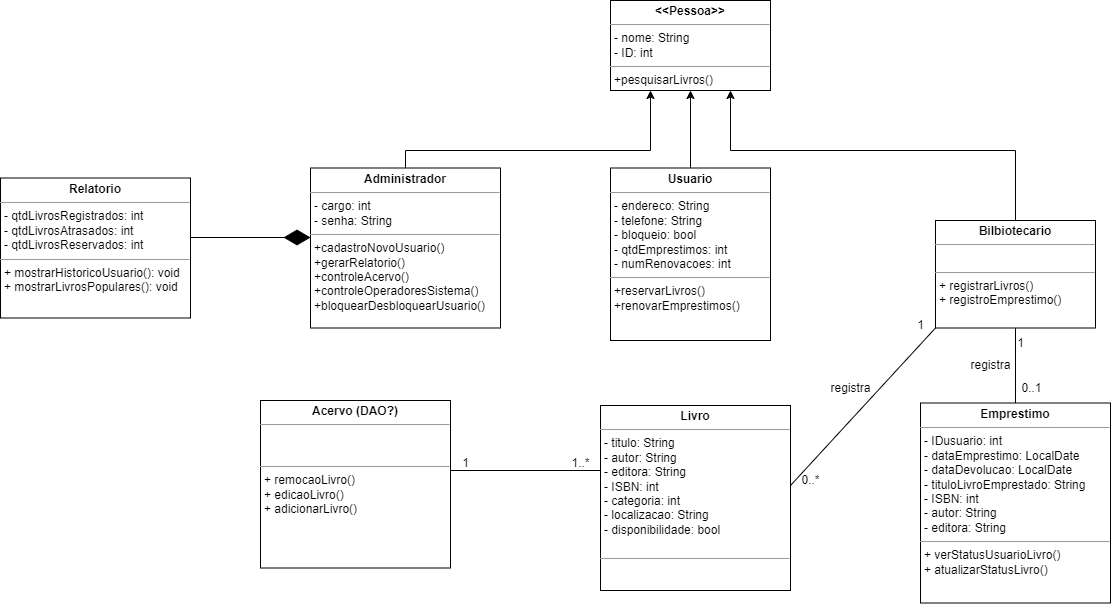
This is diagrama_de_classes.drawio.png from eugabrielbr/sistema-de-biblioteca, a draw.io export, as it was before one commit. Source tidied: cells renumbered, new cells last; positions are measured from the earlier drawing's top-left corner, leaving out a move shared by most shapes.
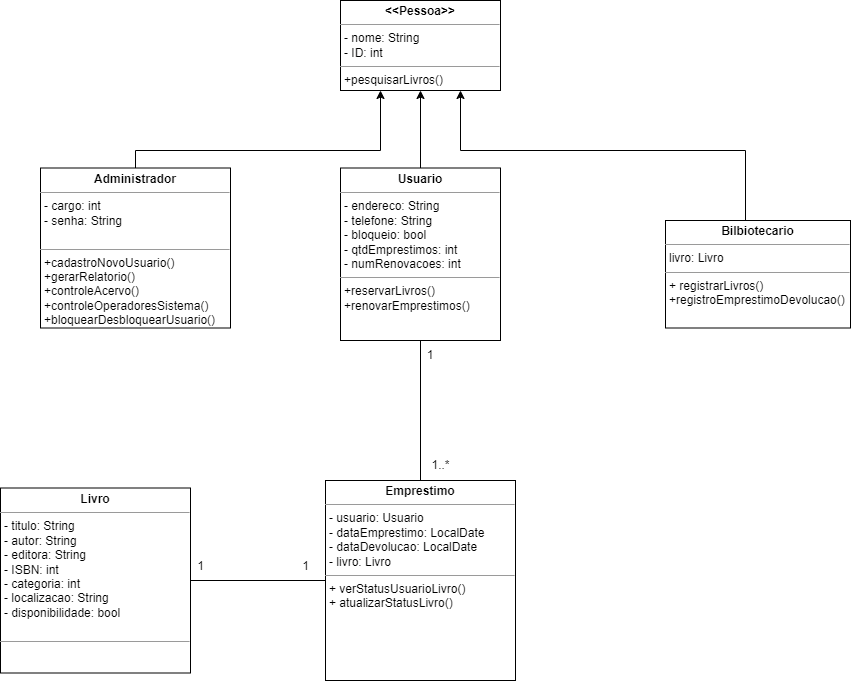
After the commit.

Commit message:
:books: Atualização do diagrama

Change to the diagram source:
```diff
@@ -10,8 +10,8 @@
         </Array>
       </mxGeometry>
     </mxCell>
-    <mxCell id="3" value="&lt;p style=&quot;margin:0px;margin-top:4px;text-align:center;&quot;&gt;&lt;b&gt;Bilbiotecario&lt;/b&gt;&lt;/p&gt;&lt;hr size=&quot;1&quot;&gt;&lt;p style=&quot;margin:0px;margin-left:4px;&quot;&gt;&lt;br&gt;&lt;/p&gt;&lt;hr size=&quot;1&quot;&gt;&lt;p style=&quot;margin:0px;margin-left:4px;&quot;&gt;+ registrarLivros()&amp;nbsp;&lt;/p&gt;&lt;p style=&quot;margin:0px;margin-left:4px;&quot;&gt;+ registroEmprestimo()&lt;/p&gt;&lt;p style=&quot;margin:0px;margin-left:4px;&quot;&gt;&lt;br&gt;&lt;/p&gt;&lt;p style=&quot;margin:0px;margin-left:4px;&quot;&gt;&lt;br&gt;&lt;/p&gt;" style="verticalAlign=top;align=left;overflow=fill;fontSize=12;fontFamily=Helvetica;html=1;whiteSpace=wrap;" parent="1" vertex="1">
-      <mxGeometry x="935" y="220" width="160" height="107.5" as="geometry" />
+    <mxCell id="3" value="&lt;p style=&quot;margin:0px;margin-top:4px;text-align:center;&quot;&gt;&lt;b&gt;Bilbiotecario&lt;/b&gt;&lt;/p&gt;&lt;hr size=&quot;1&quot;&gt;&lt;p style=&quot;margin:0px;margin-left:4px;&quot;&gt;livro: Livro&lt;/p&gt;&lt;hr size=&quot;1&quot;&gt;&lt;p style=&quot;margin:0px;margin-left:4px;&quot;&gt;+ registrarLivros()&amp;nbsp;&lt;/p&gt;&lt;p style=&quot;margin:0px;margin-left:4px;&quot;&gt;+registroEmprestimoDevolucao()&lt;/p&gt;&lt;p style=&quot;margin:0px;margin-left:4px;&quot;&gt;&lt;br&gt;&lt;/p&gt;&lt;p style=&quot;margin:0px;margin-left:4px;&quot;&gt;&lt;br&gt;&lt;/p&gt;" style="verticalAlign=top;align=left;overflow=fill;fontSize=12;fontFamily=Helvetica;html=1;whiteSpace=wrap;" parent="1" vertex="1">
+      <mxGeometry x="935" y="220" width="185" height="107.5" as="geometry" />
     </mxCell>
     <mxCell id="4" style="edgeStyle=orthogonalEdgeStyle;rounded=0;jettySize=auto;html=1;entryX=0.25;entryY=1;entryDx=0;entryDy=0;" parent="1" edge="1" source="5" target="14">
       <mxGeometry relative="1" as="geometry">
@@ -21,35 +21,12 @@
         </Array>
       </mxGeometry>
     </mxCell>
-    <mxCell id="5" value="&lt;p style=&quot;margin:0px;margin-top:4px;text-align:center;&quot;&gt;&lt;b&gt;Administrador&lt;/b&gt;&lt;/p&gt;&lt;hr size=&quot;1&quot;&gt;&lt;p style=&quot;margin:0px;margin-left:4px;&quot;&gt;- cargo: int&lt;/p&gt;&lt;p style=&quot;margin:0px;margin-left:4px;&quot;&gt;- senha: String&lt;/p&gt;&lt;hr size=&quot;1&quot;&gt;&lt;p style=&quot;margin:0px;margin-left:4px;&quot;&gt;+cadastroNovoUsuario()&lt;/p&gt;&lt;p style=&quot;margin:0px;margin-left:4px;&quot;&gt;+gerarRelatorio()&lt;/p&gt;&lt;p style=&quot;margin:0px;margin-left:4px;&quot;&gt;+controleAcervo()&lt;/p&gt;&lt;p style=&quot;margin:0px;margin-left:4px;&quot;&gt;+controleOperadoresSistema()&lt;/p&gt;&lt;p style=&quot;margin:0px;margin-left:4px;&quot;&gt;+bloquearDesbloquearUsuario()&lt;/p&gt;&lt;p style=&quot;margin:0px;margin-left:4px;&quot;&gt;&lt;br&gt;&lt;/p&gt;" style="verticalAlign=top;align=left;overflow=fill;fontSize=12;fontFamily=Helvetica;html=1;whiteSpace=wrap;" parent="1" vertex="1">
+    <mxCell id="5" value="&lt;p style=&quot;margin:0px;margin-top:4px;text-align:center;&quot;&gt;&lt;b&gt;Administrador&lt;/b&gt;&lt;/p&gt;&lt;hr size=&quot;1&quot;&gt;&lt;p style=&quot;margin:0px;margin-left:4px;&quot;&gt;- cargo: int&lt;/p&gt;&lt;p style=&quot;margin:0px;margin-left:4px;&quot;&gt;- senha: String&lt;/p&gt;&lt;p style=&quot;margin:0px;margin-left:4px;&quot;&gt;&lt;br&gt;&lt;/p&gt;&lt;hr size=&quot;1&quot;&gt;&lt;p style=&quot;margin:0px;margin-left:4px;&quot;&gt;+cadastroNovoUsuario()&lt;/p&gt;&lt;p style=&quot;margin:0px;margin-left:4px;&quot;&gt;+gerarRelatorio()&lt;/p&gt;&lt;p style=&quot;margin:0px;margin-left:4px;&quot;&gt;+controleAcervo()&lt;/p&gt;&lt;p style=&quot;margin:0px;margin-left:4px;&quot;&gt;+controleOperadoresSistema()&lt;/p&gt;&lt;p style=&quot;margin:0px;margin-left:4px;&quot;&gt;+bloquearDesbloquearUsuario()&lt;/p&gt;&lt;p style=&quot;margin:0px;margin-left:4px;&quot;&gt;&lt;br&gt;&lt;/p&gt;" style="verticalAlign=top;align=left;overflow=fill;fontSize=12;fontFamily=Helvetica;html=1;whiteSpace=wrap;" parent="1" vertex="1">
       <mxGeometry x="310" y="167.5" width="190" height="160" as="geometry" />
     </mxCell>
-    <mxCell id="6" value="&lt;p style=&quot;margin:0px;margin-top:4px;text-align:center;&quot;&gt;&lt;b&gt;Emprestimo&lt;/b&gt;&lt;/p&gt;&lt;hr size=&quot;1&quot;&gt;&lt;p style=&quot;margin:0px;margin-left:4px;&quot;&gt;&lt;span style=&quot;background-color: initial;&quot;&gt;- IDusuario: int&lt;/span&gt;&lt;br&gt;&lt;/p&gt;&lt;p style=&quot;margin:0px;margin-left:4px;&quot;&gt;- dataEmprestimo: LocalDate&lt;/p&gt;&lt;p style=&quot;margin:0px;margin-left:4px;&quot;&gt;- dataDevolucao: LocalDate&lt;/p&gt;&lt;p style=&quot;margin:0px;margin-left:4px;&quot;&gt;- tituloLivroEmprestado: String&lt;/p&gt;&lt;p style=&quot;margin:0px;margin-left:4px;&quot;&gt;- ISBN: int&lt;/p&gt;&lt;p style=&quot;margin:0px;margin-left:4px;&quot;&gt;- autor: String&lt;/p&gt;&lt;p style=&quot;margin:0px;margin-left:4px;&quot;&gt;- editora: String&lt;/p&gt;&lt;hr size=&quot;1&quot;&gt;&lt;p style=&quot;margin:0px;margin-left:4px;&quot;&gt;&lt;span style=&quot;background-color: initial;&quot;&gt;+ verStatusUsuarioLivro()&lt;/span&gt;&lt;/p&gt;&lt;p style=&quot;margin:0px;margin-left:4px;&quot;&gt;+ atualizarStatusLivro()&lt;/p&gt;&lt;p style=&quot;margin:0px;margin-left:4px;&quot;&gt;&lt;br&gt;&lt;/p&gt;" style="verticalAlign=top;align=left;overflow=fill;fontSize=12;fontFamily=Helvetica;html=1;whiteSpace=wrap;" parent="1" vertex="1">
-      <mxGeometry x="920" y="402.5" width="190" height="200" as="geometry" />
+    <mxCell id="6" value="&lt;p style=&quot;margin:0px;margin-top:4px;text-align:center;&quot;&gt;&lt;b&gt;Emprestimo&lt;/b&gt;&lt;/p&gt;&lt;hr size=&quot;1&quot;&gt;&lt;p style=&quot;margin:0px;margin-left:4px;&quot;&gt;&lt;span style=&quot;background-color: initial;&quot;&gt;- usuario: Usuario&lt;/span&gt;&lt;br&gt;&lt;/p&gt;&lt;p style=&quot;margin:0px;margin-left:4px;&quot;&gt;- dataEmprestimo: LocalDate&lt;/p&gt;&lt;p style=&quot;margin:0px;margin-left:4px;&quot;&gt;- dataDevolucao: LocalDate&lt;/p&gt;&lt;p style=&quot;margin:0px;margin-left:4px;&quot;&gt;- livro: Livro&lt;/p&gt;&lt;hr size=&quot;1&quot;&gt;&lt;p style=&quot;margin:0px;margin-left:4px;&quot;&gt;&lt;span style=&quot;background-color: initial;&quot;&gt;+ verStatusUsuarioLivro()&lt;/span&gt;&lt;/p&gt;&lt;p style=&quot;margin:0px;margin-left:4px;&quot;&gt;+ atualizarStatusLivro()&lt;/p&gt;&lt;p style=&quot;margin:0px;margin-left:4px;&quot;&gt;&lt;br&gt;&lt;/p&gt;" style="verticalAlign=top;align=left;overflow=fill;fontSize=12;fontFamily=Helvetica;html=1;whiteSpace=wrap;" parent="1" vertex="1">
+      <mxGeometry x="595" y="480" width="190" height="200" as="geometry" />
     </mxCell>
-    <mxCell id="7" value="&lt;p style=&quot;margin:0px;margin-top:4px;text-align:center;&quot;&gt;&lt;b&gt;Acervo (DAO?)&lt;/b&gt;&lt;/p&gt;&lt;hr size=&quot;1&quot;&gt;&lt;p style=&quot;margin:0px;margin-left:4px;&quot;&gt;&lt;br&gt;&lt;/p&gt;&lt;p style=&quot;margin:0px;margin-left:4px;&quot;&gt;&lt;br&gt;&lt;/p&gt;&lt;hr size=&quot;1&quot;&gt;&lt;p style=&quot;margin:0px;margin-left:4px;&quot;&gt;&lt;span style=&quot;background-color: initial;&quot;&gt;+ remocaoLivro()&lt;/span&gt;&lt;br&gt;&lt;/p&gt;&lt;p style=&quot;margin:0px;margin-left:4px;&quot;&gt;+ edicaoLivro()&lt;/p&gt;&lt;p style=&quot;margin:0px;margin-left:4px;&quot;&gt;+ adicionarLivro()&lt;/p&gt;&lt;p style=&quot;margin:0px;margin-left:4px;&quot;&gt;&lt;br&gt;&lt;/p&gt;" style="verticalAlign=top;align=left;overflow=fill;fontSize=12;fontFamily=Helvetica;html=1;whiteSpace=wrap;" parent="1" vertex="1">
-      <mxGeometry x="260" y="400" width="190" height="167.5" as="geometry" />
-    </mxCell>
-    <mxCell id="8" style="endArrow=none;html=1;rounded=0;entryX=0.5;entryY=0;entryDx=0;entryDy=0;" parent="1" edge="1" source="3" target="6">
-      <mxGeometry relative="1" as="geometry" />
-    </mxCell>
-    <mxCell id="9" value="1" style="text;html=1;align=center;verticalAlign=middle;strokeColor=none;fillColor=none;" parent="1" vertex="1">
-      <mxGeometry x="1005" y="327.5" width="30" height="30" as="geometry" />
-    </mxCell>
-    <mxCell id="10" value="0..1" style="text;html=1;align=center;verticalAlign=middle;strokeColor=none;fillColor=none;" parent="1" vertex="1">
-      <mxGeometry x="1011" y="372.5" width="40" height="30" as="geometry" />
-    </mxCell>
-    <mxCell id="11" style="endArrow=none;html=1;rounded=0;entryX=0;entryY=1;entryDx=0;entryDy=0;" parent="1" edge="1" target="3">
-      <mxGeometry relative="1" as="geometry">
-        <mxPoint x="790" y="485" as="sourcePoint" />
-      </mxGeometry>
-    </mxCell>
-    <mxCell id="12" value="1" style="text;html=1;align=center;verticalAlign=middle;strokeColor=none;fillColor=none;" parent="1" vertex="1">
-      <mxGeometry x="905" y="310" width="30" height="30" as="geometry" />
-    </mxCell>
-    <mxCell id="13" value="0..*" style="text;html=1;align=center;verticalAlign=middle;strokeColor=none;fillColor=none;" parent="1" vertex="1">
-      <mxGeometry x="790" y="465" width="40" height="30" as="geometry" />
-    </mxCell>
     <mxCell id="14" value="&lt;p style=&quot;margin: 4px 0px 0px; text-align: center;&quot;&gt;&lt;b&gt;&amp;lt;&amp;lt;Pessoa&amp;gt;&amp;gt;&lt;/b&gt;&lt;/p&gt;&lt;hr size=&quot;1&quot;&gt;&lt;p style=&quot;margin:0px;margin-left:4px;&quot;&gt;- nome: String&lt;/p&gt;&lt;p style=&quot;margin:0px;margin-left:4px;&quot;&gt;- ID: int&lt;/p&gt;&lt;hr size=&quot;1&quot;&gt;&lt;p style=&quot;border-color: var(--border-color); margin: 0px 0px 0px 4px;&quot;&gt;+pesquisarLivros()&lt;br&gt;&lt;/p&gt;" style="verticalAlign=top;align=left;overflow=fill;fontSize=12;fontFamily=Helvetica;html=1;whiteSpace=wrap;" parent="1" vertex="1">
       <mxGeometry x="610" width="160" height="90" as="geometry" />
     </mxCell>
@@ -60,34 +37,25 @@
       <mxGeometry x="610" y="167.5" width="160" height="172.5" as="geometry" />
     </mxCell>
     <mxCell id="17" value="&lt;p style=&quot;margin:0px;margin-top:4px;text-align:center;&quot;&gt;&lt;b&gt;Livro&lt;/b&gt;&lt;/p&gt;&lt;hr size=&quot;1&quot;&gt;&lt;p style=&quot;margin:0px;margin-left:4px;&quot;&gt;- titulo: String&lt;/p&gt;&lt;p style=&quot;margin:0px;margin-left:4px;&quot;&gt;- autor: String&lt;/p&gt;&lt;p style=&quot;margin:0px;margin-left:4px;&quot;&gt;- editora: String&lt;/p&gt;&lt;p style=&quot;margin:0px;margin-left:4px;&quot;&gt;- ISBN: int&lt;/p&gt;&lt;p style=&quot;margin:0px;margin-left:4px;&quot;&gt;- categoria: int&lt;/p&gt;&lt;p style=&quot;margin:0px;margin-left:4px;&quot;&gt;- localizacao: String&lt;/p&gt;&lt;p style=&quot;margin:0px;margin-left:4px;&quot;&gt;- disponibilidade: bool&lt;/p&gt;&lt;p style=&quot;margin:0px;margin-left:4px;&quot;&gt;&lt;br&gt;&lt;/p&gt;&lt;hr size=&quot;1&quot;&gt;&lt;p style=&quot;margin:0px;margin-left:4px;&quot;&gt;&lt;br&gt;&lt;/p&gt;" style="verticalAlign=top;align=left;overflow=fill;fontSize=12;fontFamily=Helvetica;html=1;whiteSpace=wrap;" parent="1" vertex="1">
-      <mxGeometry x="600" y="405" width="190" height="185" as="geometry" />
+      <mxGeometry x="270" y="487.5" width="190" height="185" as="geometry" />
     </mxCell>
-    <mxCell id="18" style="endArrow=none;html=1;rounded=0;" parent="1" edge="1">
-      <mxGeometry relative="1" as="geometry">
-        <mxPoint x="450" y="470" as="sourcePoint" />
-        <mxPoint x="600" y="470" as="targetPoint" />
-      </mxGeometry>
-    </mxCell>
-    <mxCell id="19" value="1" style="text;html=1;align=center;verticalAlign=middle;strokeColor=none;fillColor=none;" parent="1" vertex="1">
-      <mxGeometry x="450" y="448" width="30" height="30" as="geometry" />
-    </mxCell>
+    <mxCell id="25" style="endArrow=none;html=1;rounded=0;entryX=0;entryY=0.5;entryDx=0;entryDy=0;exitX=1;exitY=0.5;exitDx=0;exitDy=0;" parent="1" edge="1" source="17" target="6">
+      <mxGeometry relative="1" as="geometry" />
+    </mxCell>
+    <mxCell id="26" value="1" style="text;html=1;align=center;verticalAlign=middle;strokeColor=none;fillColor=none;" parent="1" vertex="1">
+      <mxGeometry x="560" y="551.2" width="30" height="30" as="geometry" />
+    </mxCell>
+    <mxCell id="27" value="1" style="text;html=1;align=center;verticalAlign=middle;strokeColor=none;fillColor=none;" parent="1" vertex="1">
+      <mxGeometry x="455" y="550.5" width="30" height="30" as="geometry" />
+    </mxCell>
+    <mxCell id="28" style="endArrow=none;html=1;rounded=0;entryX=0.5;entryY=1;entryDx=0;entryDy=0;exitX=0.5;exitY=0;exitDx=0;exitDy=0;" parent="1" edge="1" source="6" target="16">
+      <mxGeometry relative="1" as="geometry" />
+    </mxCell>
+    <mxCell id="29" value="1" style="text;html=1;strokeColor=none;fillColor=none;align=center;verticalAlign=middle;whiteSpace=wrap;rounded=0;" parent="1" vertex="1">
+      <mxGeometry x="670" y="340" width="60" height="30" as="geometry" />
+    </mxCell>
     <mxCell id="20" value="1..*" style="text;html=1;align=center;verticalAlign=middle;strokeColor=none;fillColor=none;" parent="1" vertex="1">
-      <mxGeometry x="560" y="448" width="40" height="30" as="geometry" />
+      <mxGeometry x="690" y="450" width="40" height="30" as="geometry" />
     </mxCell>
-    <mxCell id="21" value="&lt;p style=&quot;margin:0px;margin-top:4px;text-align:center;&quot;&gt;&lt;b&gt;Relatorio&lt;/b&gt;&lt;/p&gt;&lt;hr size=&quot;1&quot;&gt;&lt;p style=&quot;margin:0px;margin-left:4px;&quot;&gt;&lt;span style=&quot;background-color: initial;&quot;&gt;- qtdLivrosRegistrados: int&lt;/span&gt;&lt;/p&gt;&lt;p style=&quot;margin:0px;margin-left:4px;&quot;&gt;&lt;span style=&quot;background-color: initial;&quot;&gt;- qtdLivrosAtrasados: int&lt;/span&gt;&lt;/p&gt;&lt;p style=&quot;margin:0px;margin-left:4px;&quot;&gt;- qtdLivrosReservados: int&lt;/p&gt;&lt;hr size=&quot;1&quot;&gt;&lt;p style=&quot;margin:0px;margin-left:4px;&quot;&gt;+ mostrarHistoricoUsuario(): void&lt;/p&gt;&lt;p style=&quot;margin:0px;margin-left:4px;&quot;&gt;+ mostrarLivrosPopulares(): void&lt;/p&gt;" style="verticalAlign=top;align=left;overflow=fill;fontSize=12;fontFamily=Helvetica;html=1;whiteSpace=wrap;" parent="1" vertex="1">
-      <mxGeometry y="177.5" width="190" height="140" as="geometry" />
-    </mxCell>
-    <mxCell id="22" style="endArrow=diamondThin;endFill=1;endSize=24;html=1;rounded=0;" parent="1" edge="1">
-      <mxGeometry relative="1" as="geometry">
-        <mxPoint x="190" y="237" as="sourcePoint" />
-        <mxPoint x="310" y="237" as="targetPoint" />
-      </mxGeometry>
-    </mxCell>
-    <mxCell id="23" value="registra" style="text;html=1;align=center;verticalAlign=middle;strokeColor=none;fillColor=none;" parent="1" vertex="1">
-      <mxGeometry x="960" y="350" width="60" height="30" as="geometry" />
-    </mxCell>
-    <mxCell id="24" value="registra" style="text;html=1;align=center;verticalAlign=middle;strokeColor=none;fillColor=none;" parent="1" vertex="1">
-      <mxGeometry x="820" y="372.5" width="60" height="30" as="geometry" />
-    </mxCell>
   </root>
 </mxGraphModel>
```
